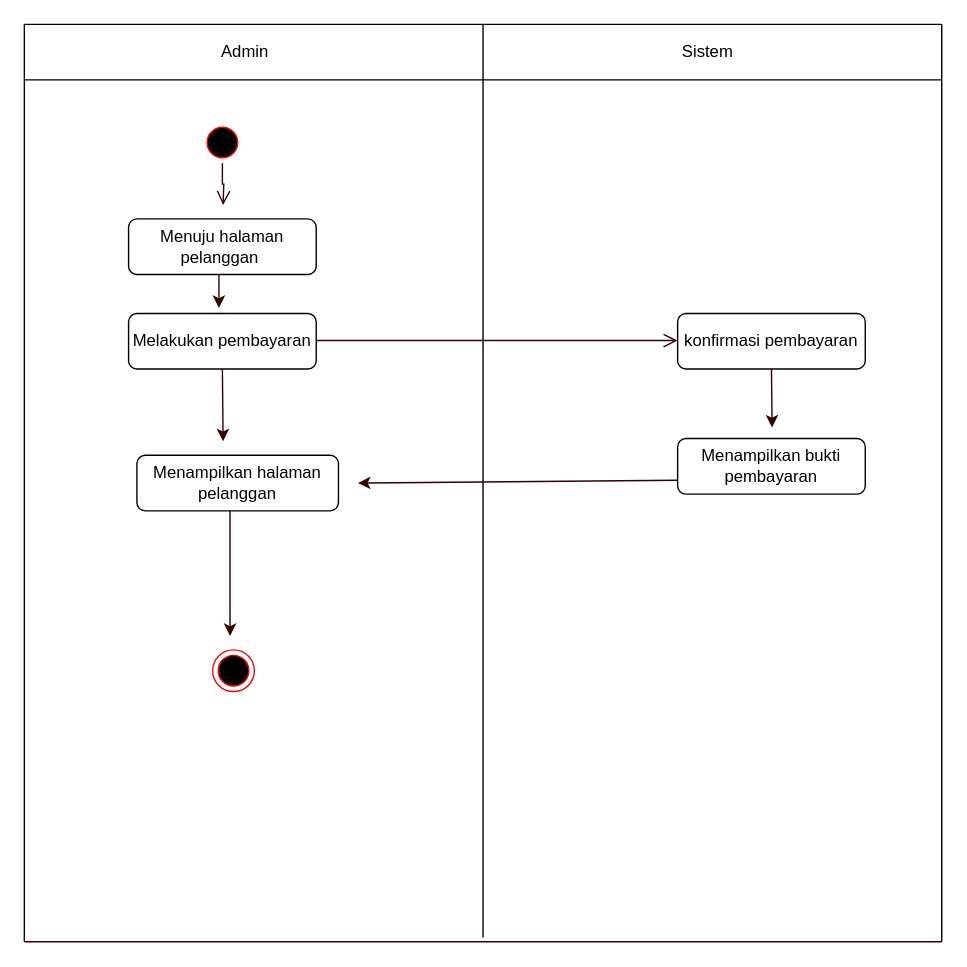
Before: page "Activity Guru Login" (5 of 14) of draw.io/Proyek-3.drawio in Tugas-Proyek-Polindra/proyek-3, a draw.io diagram. Source tidied: cells renumbered, new cells numbered last; positions are measured from the earlier drawing's top-left corner, leaving out a move shared by most shapes. Both pictures are drawn from the tidied source at 139%, with x=0, y=0 at pixel (24, 24).
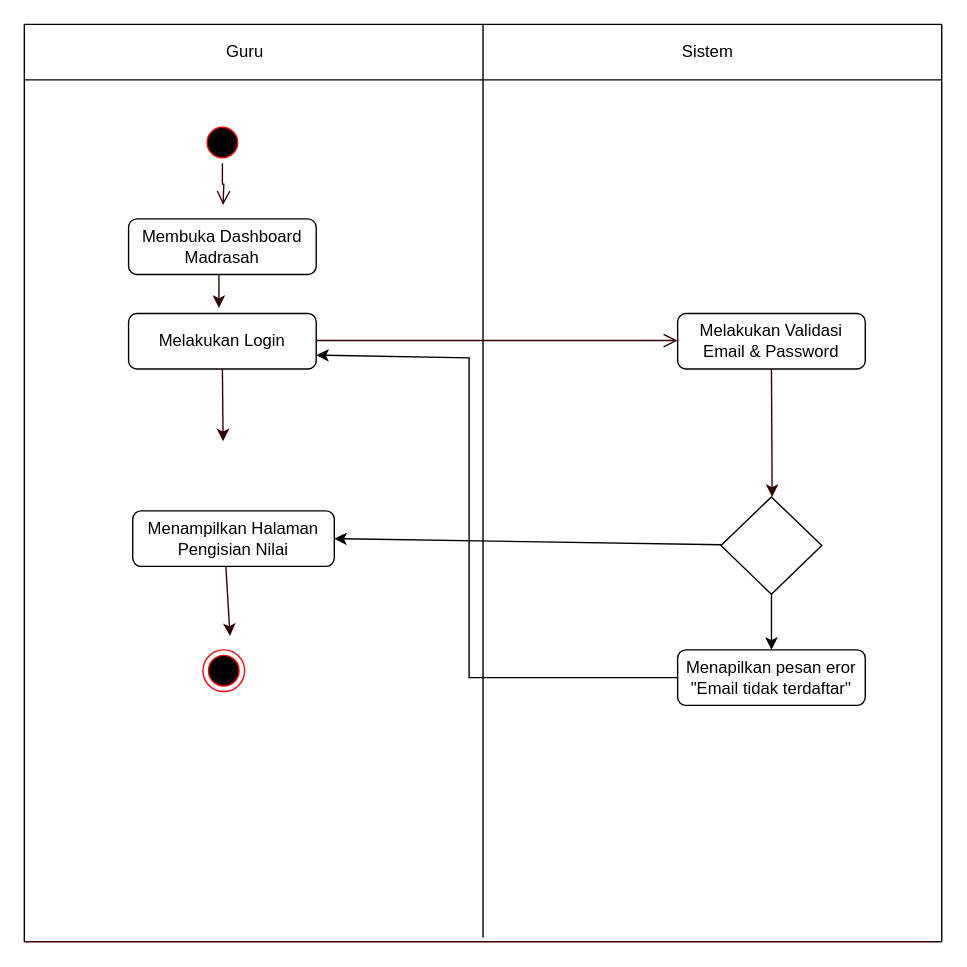
The same diagram, later.

What changed in the source:
```diff
@@
-    <mxCell id="2" value="Admin" style="text;html=1;strokeColor=none;fillColor=none;align=center;verticalAlign=middle;whiteSpace=wrap;rounded=0;" parent="1" vertex="1">
+    <mxCell id="2" value="Guru" style="text;html=1;strokeColor=none;fillColor=none;align=center;verticalAlign=middle;whiteSpace=wrap;rounded=0;" parent="1" vertex="1">
       <mxGeometry x="128.5" y="5" width="60" height="30" as="geometry" />
     </mxCell>
@@
-    <mxCell id="6" value="Menuju halaman pelanggan&amp;nbsp;" style="rounded=1;whiteSpace=wrap;html=1;" parent="1" vertex="1">
+    <mxCell id="6" value="Membuka Dashboard Madrasah" style="rounded=1;whiteSpace=wrap;html=1;" parent="1" vertex="1">
       <mxGeometry x="75" y="140" width="135" height="40" as="geometry" />
     </mxCell>
-    <mxCell id="7" value="konfirmasi pembayaran" style="rounded=1;whiteSpace=wrap;html=1;" parent="1" vertex="1">
+    <mxCell id="7" value="Melakukan Validasi Email &amp;amp; Password" style="rounded=1;whiteSpace=wrap;html=1;" parent="1" vertex="1">
       <mxGeometry x="470" y="208" width="135" height="40" as="geometry" />
     </mxCell>
-    <mxCell id="8" value="Melakukan pembayaran" style="rounded=1;whiteSpace=wrap;html=1;" parent="1" vertex="1">
+    <mxCell id="8" value="Melakukan Login" style="rounded=1;whiteSpace=wrap;html=1;" parent="1" vertex="1">
       <mxGeometry x="75" y="208" width="135" height="40" as="geometry" />
     </mxCell>
-    <mxCell id="9" value="Menampilkan bukti pembayaran" style="rounded=1;whiteSpace=wrap;html=1;" parent="1" vertex="1">
-      <mxGeometry x="470" y="298" width="135" height="40" as="geometry" />
-    </mxCell>
@@
-    <mxCell id="16" value="Menampilkan halaman pelanggan" style="rounded=1;whiteSpace=wrap;html=1;" parent="1" vertex="1">
-      <mxGeometry x="81" y="310" width="145" height="40" as="geometry" />
+    <mxCell id="16" value="Menampilkan Halaman Pengisian Nilai" style="rounded=1;whiteSpace=wrap;html=1;" parent="1" vertex="1">
+      <mxGeometry x="78" y="350" width="145" height="40" as="geometry" />
     </mxCell>
@@
     <mxCell id="18" style="ellipse;html=1;shape=endState;fillColor=#000000;strokeColor=#ff0000;" parent="1" vertex="1">
-      <mxGeometry x="135.5" y="450" width="30" height="30" as="geometry" />
+      <mxGeometry x="128.5" y="450" width="30" height="30" as="geometry" />
     </mxCell>
@@
     <mxCell id="22" style="endArrow=classic;html=1;rounded=0;strokeColor=#330000;exitX=0.5;exitY=1;exitDx=0;exitDy=0;" parent="1" edge="1" source="7">
       <mxGeometry relative="1" as="geometry">
-        <mxPoint x="538" y="290" as="targetPoint" />
+        <mxPoint x="538" y="340" as="targetPoint" />
       </mxGeometry>
     </mxCell>
-    <mxCell id="23" style="endArrow=classic;html=1;rounded=0;strokeColor=#330000;exitX=0;exitY=0.75;exitDx=0;exitDy=0;" parent="1" edge="1" source="9">
-      <mxGeometry relative="1" as="geometry">
-        <mxPoint x="240" y="330" as="targetPoint" />
-      </mxGeometry>
-    </mxCell>
+    <mxCell id="24" value="Menapilkan pesan eror &quot;Email tidak terdaftar&quot;" style="rounded=1;whiteSpace=wrap;html=1;" parent="1" vertex="1">
+      <mxGeometry x="470" y="450" width="135" height="40" as="geometry" />
+    </mxCell>
+    <mxCell id="25" style="edgeStyle=orthogonalEdgeStyle;rounded=0;jettySize=auto;html=1;" parent="1" edge="1" source="26" target="24">
+      <mxGeometry relative="1" as="geometry" />
+    </mxCell>
+    <mxCell id="26" style="rhombus;whiteSpace=wrap;html=1;" parent="1" vertex="1">
+      <mxGeometry x="501.2" y="340" width="72.5" height="70" as="geometry" />
+    </mxCell>
+    <mxCell id="27" style="endArrow=classic;html=1;rounded=0;entryX=1;entryY=0.5;entryDx=0;entryDy=0;" parent="1" edge="1" source="26" target="16">
+      <mxGeometry relative="1" as="geometry" />
+    </mxCell>
+    <mxCell id="28" style="endArrow=classic;html=1;rounded=0;exitX=0;exitY=0.5;exitDx=0;exitDy=0;entryX=1;entryY=0.75;entryDx=0;entryDy=0;" parent="1" edge="1" source="24" target="8">
+      <mxGeometry relative="1" as="geometry">
+        <Array as="points">
+          <mxPoint x="320" y="470" />
+          <mxPoint x="320" y="430" />
+          <mxPoint x="320" y="240" />
+        </Array>
+      </mxGeometry>
+    </mxCell>
```
